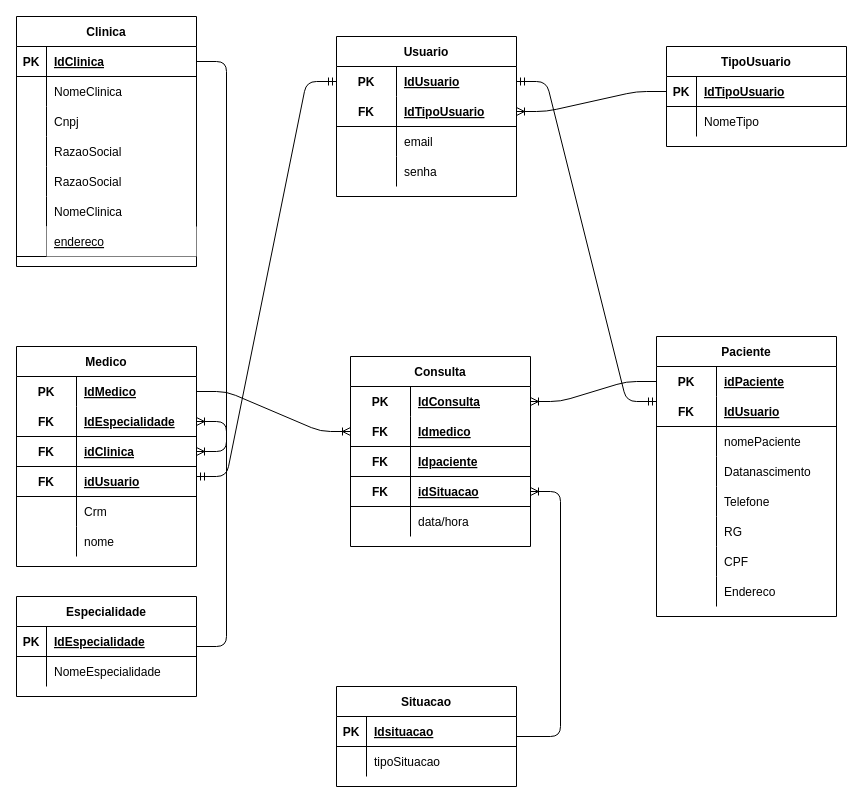
This is page "Logico" (2 of 2) of Modelagens/SP-Medical.drawio from Nathalia-Novais/SP-Medical-Group, a draw.io file, before an edit. Source tidied: cells renumbered, new cells numbered last; positions are measured from the earlier drawing's top-left corner, leaving out a move shared by most shapes. Both pictures are drawn from the tidied source at 100%, with x=0, y=0 at pixel (16, 16).
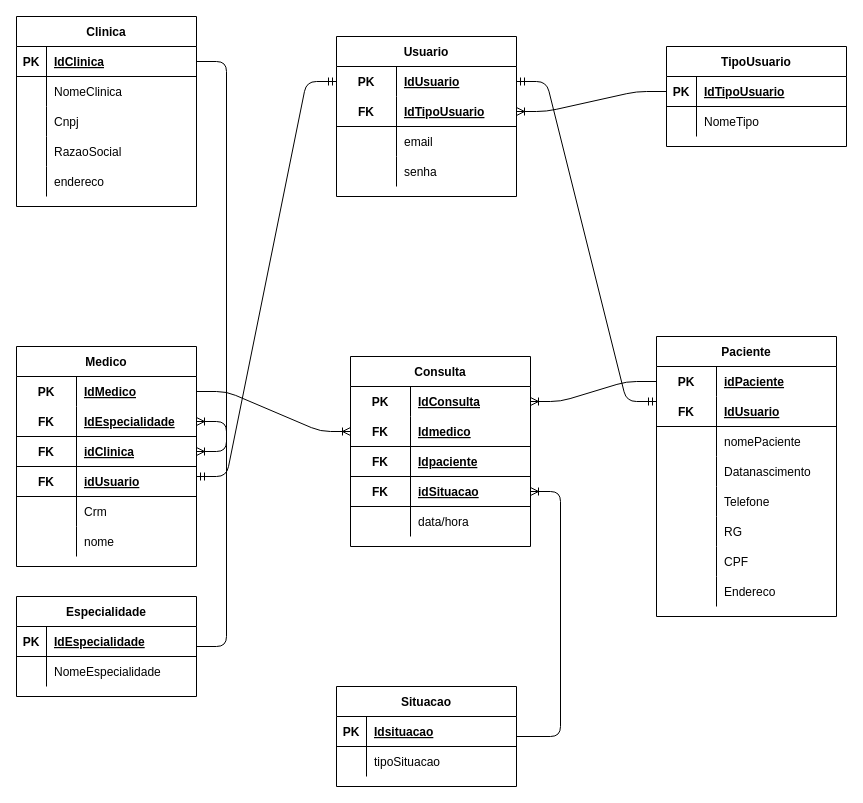
After the change.

Unchanged cells that the change refers to:
```xml
<mxCell id="15" style="shape=partialRectangle;fillColor=none;top=0;left=0;bottom=0;right=0;" parent="2" vertex="1">
  <mxGeometry y="150" width="180" height="30" as="geometry" />
</mxCell>
```

What changed in the source:
```diff
@@
     <mxCell id="2" value="Clinica" style="shape=table;startSize=30;childLayout=tableLayout;rowLines=0;fontStyle=1;align=center;" parent="1" vertex="1">
-      <mxGeometry width="180" height="250" as="geometry" />
+      <mxGeometry width="180" height="190" as="geometry" />
     </mxCell>
@@
-    <mxCell id="17" value="RazaoSocial" style="shape=partialRectangle;fillColor=none;top=0;left=0;bottom=0;right=0;align=left;spacingLeft=6;overflow=hidden;" parent="15" vertex="1">
+    <mxCell id="17" value="endereco" style="shape=partialRectangle;fillColor=none;top=0;left=0;bottom=0;right=0;align=left;spacingLeft=6;overflow=hidden;" parent="15" vertex="1">
       <mxGeometry x="30" width="150" height="30" as="geometry" />
     </mxCell>
-    <mxCell id="18" style="shape=partialRectangle;fillColor=none;top=0;left=0;bottom=0;right=0;" parent="2" vertex="1">
-      <mxGeometry y="180" width="180" height="30" as="geometry" />
-    </mxCell>
-    <mxCell id="19" style="shape=partialRectangle;fillColor=none;top=0;left=0;bottom=0;right=0;overflow=hidden;" parent="18" vertex="1">
-      <mxGeometry width="30" height="30" as="geometry" />
-    </mxCell>
-    <mxCell id="20" value="NomeClinica" style="shape=partialRectangle;fillColor=none;top=0;left=0;bottom=0;right=0;align=left;spacingLeft=6;overflow=hidden;" parent="18" vertex="1">
-      <mxGeometry x="30" width="150" height="30" as="geometry" />
-    </mxCell>
-    <mxCell id="21" style="shape=partialRectangle;fillColor=none;top=0;left=0;bottom=1;right=0;" parent="2" vertex="1">
-      <mxGeometry y="210" width="180" height="30" as="geometry" />
-    </mxCell>
-    <mxCell id="22" style="shape=partialRectangle;fillColor=none;top=0;left=0;bottom=0;right=0;fontStyle=1;overflow=hidden;" parent="21" vertex="1">
-      <mxGeometry width="30" height="30" as="geometry" />
-    </mxCell>
-    <mxCell id="23" value="endereco" style="shape=partialRectangle;top=0;left=0;bottom=0;right=0;align=left;spacingLeft=6;fontStyle=4;overflow=hidden;" parent="21" vertex="1">
-      <mxGeometry x="30" width="150" height="30" as="geometry" />
-    </mxCell>
```
